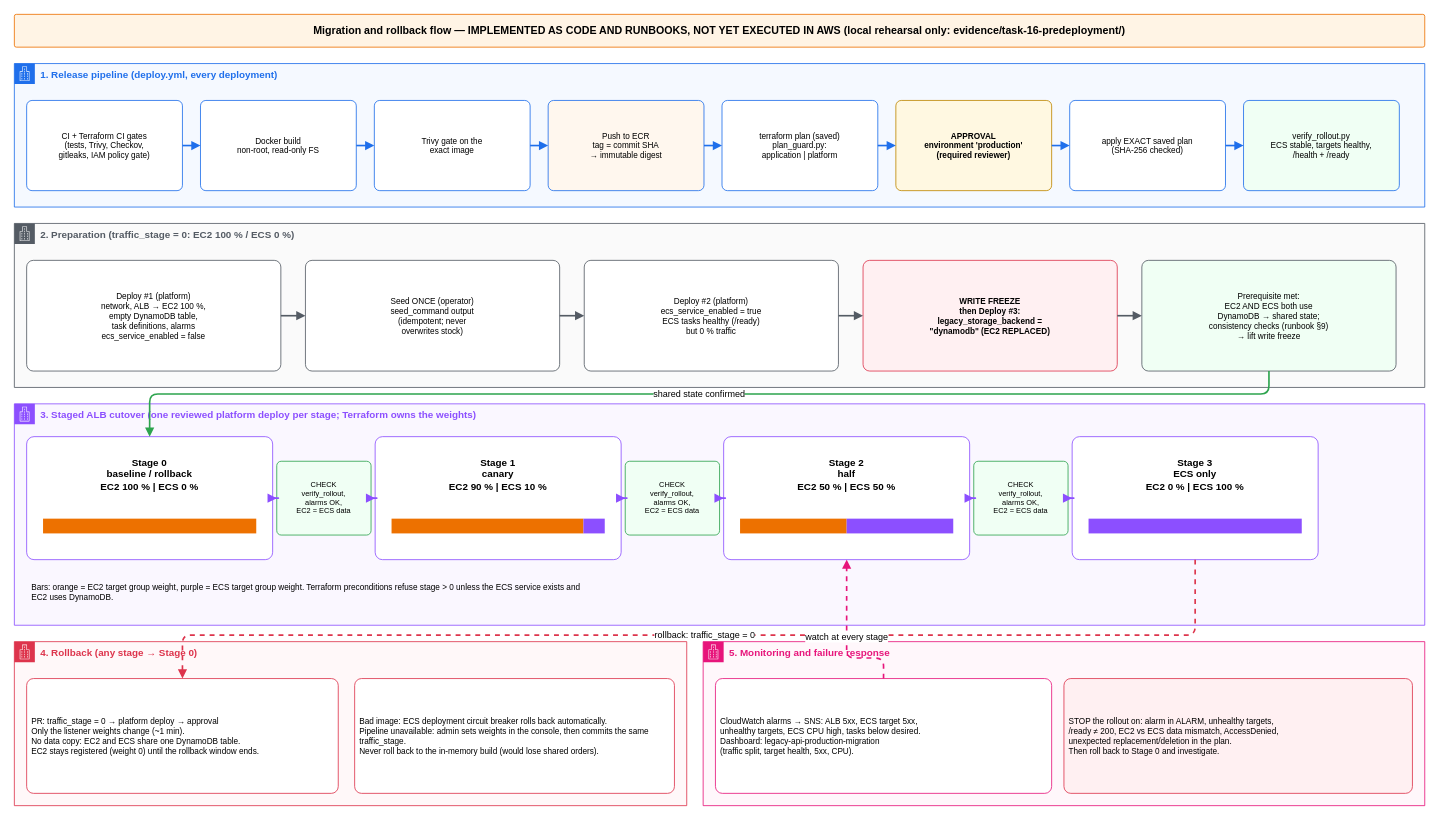
Earlier version of the draw.io diagram docs/architecture/migration-traffic-flow.drawio (Fer-as/ec2-to-ecs-fargate-migration). Source tidied: cells renumbered, new cells numbered last; positions are measured from the earlier drawing's top-left corner, leaving out a move shared by most shapes. Both pictures are drawn from the tidied source at 82%, with x=0, y=0 at pixel (14, 14).
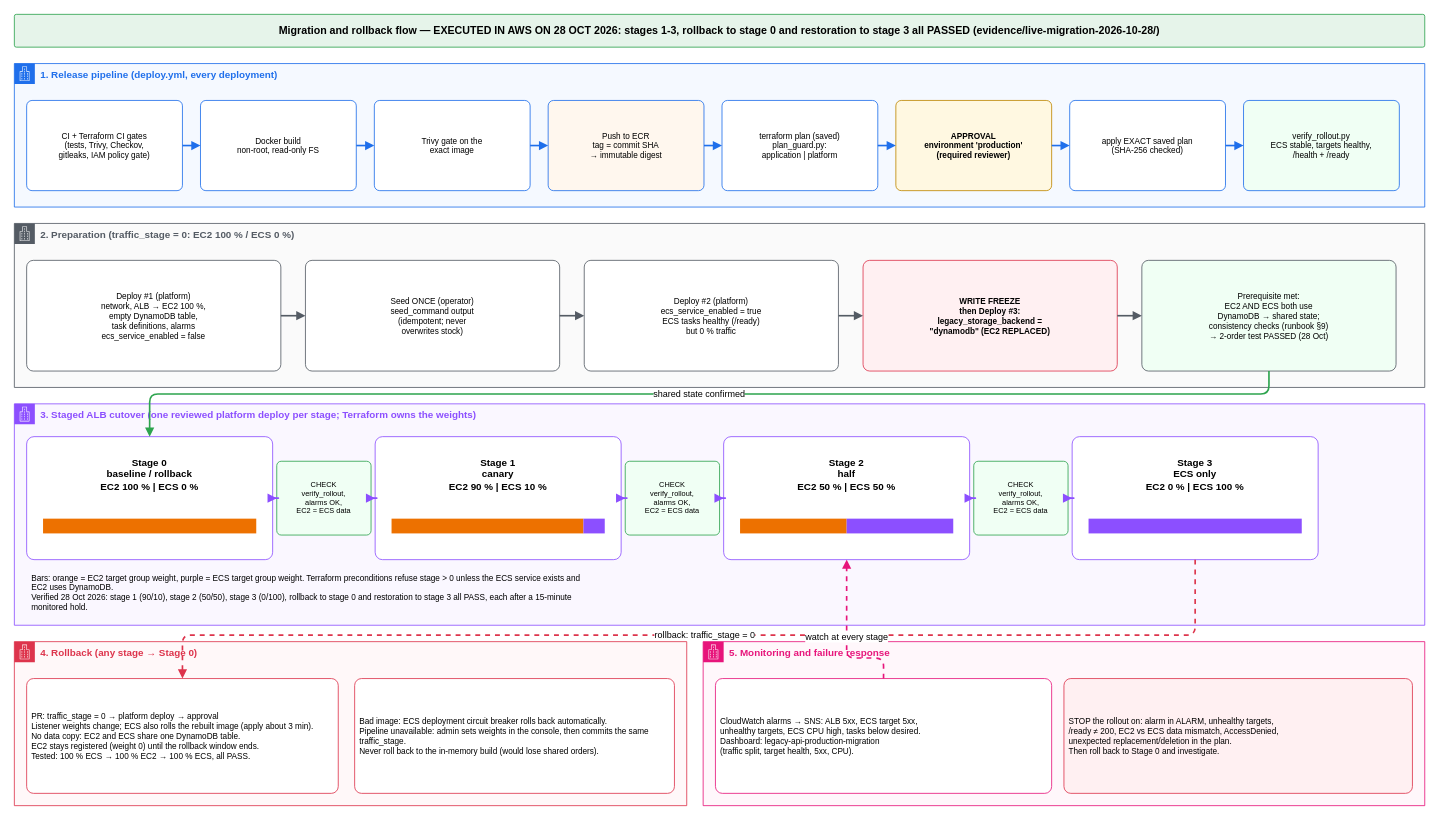
After the change.

Unchanged cells that the change refers to:
```xml
<mxCell id="19" value="2. Preparation (traffic_stage = 0: EC2 100 % / ECS 0 %)" style="gradientColor=none;html=1;whiteSpace=wrap;fontSize=12;fontStyle=1;shape=mxgraph.aws4.group;grIcon=mxgraph.aws4.group_corporate_data_center;strokeColor=#545B64;fillColor=#FAFAFA;verticalAlign=top;align=left;spacingLeft=30;fontColor=#545B64;dashed=0;fontFamily=Helvetica;" parent="1" vertex="1">
  <mxGeometry y="255" width="1720" height="200" as="geometry" />
</mxCell>
<mxCell id="29" value="3. Staged ALB cutover (one reviewed platform deploy per stage; Terraform owns the weights)" style="gradientColor=none;html=1;whiteSpace=wrap;fontSize=12;fontStyle=1;shape=mxgraph.aws4.group;grIcon=mxgraph.aws4.group_corporate_data_center;strokeColor=#8C4FFF;fillColor=#FAF7FF;verticalAlign=top;align=left;spacingLeft=30;fontColor=#8C4FFF;dashed=0;fontFamily=Helvetica;" parent="1" vertex="1">
  <mxGeometry y="475" width="1720" height="270" as="geometry" />
</mxCell>
<mxCell id="51" value="4. Rollback (any stage → Stage 0)" style="gradientColor=none;html=1;whiteSpace=wrap;fontSize=12;fontStyle=1;shape=mxgraph.aws4.group;grIcon=mxgraph.aws4.group_corporate_data_center;strokeColor=#DD344C;fillColor=#FFF8F9;verticalAlign=top;align=left;spacingLeft=30;fontColor=#DD344C;dashed=0;fontFamily=Helvetica;" parent="1" vertex="1">
  <mxGeometry y="765" width="820" height="200" as="geometry" />
</mxCell>
```

What changed in the source:
```diff
@@
-    <mxCell id="2" value="Migration and rollback flow — IMPLEMENTED AS CODE AND RUNBOOKS, NOT YET EXECUTED IN AWS (local rehearsal only: evidence/task-16-predeployment/)" style="rounded=1;whiteSpace=wrap;html=1;arcSize=6;fillColor=#FFF4E5;strokeColor=#ED7100;fontSize=13;fontStyle=1;align=center;verticalAlign=middle;spacing=6;fontFamily=Helvetica;" parent="1" vertex="1">
+    <mxCell id="2" value="Migration and rollback flow — EXECUTED IN AWS ON 28 OCT 2026: stages 1-3, rollback to stage 0 and restoration to stage 3 all PASSED (evidence/live-migration-2026-10-28/)" style="rounded=1;whiteSpace=wrap;html=1;arcSize=6;fillColor=#E6F4EA;strokeColor=#2DA44E;fontSize=13;fontStyle=1;align=center;verticalAlign=middle;spacing=6;fontFamily=Helvetica;" parent="1" vertex="1">
       <mxGeometry width="1720" height="40" as="geometry" />
     </mxCell>
@@
-    <mxCell id="27" value="Prerequisite met:&lt;br&gt;EC2 AND ECS both use&lt;br&gt;DynamoDB → shared state;&lt;br&gt;consistency checks (runbook §9)&lt;br&gt;→ lift write freeze" style="rounded=1;whiteSpace=wrap;html=1;arcSize=6;fillColor=#F0FFF4;strokeColor=#545B64;fontSize=10;fontStyle=0;align=center;verticalAlign=middle;spacing=6;fontFamily=Helvetica;" parent="19" vertex="1">
+    <mxCell id="27" value="Prerequisite met:&lt;br&gt;EC2 AND ECS both use&lt;br&gt;DynamoDB → shared state;&lt;br&gt;consistency checks (runbook §9)&lt;br&gt;→ 2-order test PASSED (28 Oct)" style="rounded=1;whiteSpace=wrap;html=1;arcSize=6;fillColor=#F0FFF4;strokeColor=#545B64;fontSize=10;fontStyle=0;align=center;verticalAlign=middle;spacing=6;fontFamily=Helvetica;" parent="19" vertex="1">
       <mxGeometry x="1375" y="45" width="310" height="135" as="geometry" />
     </mxCell>
@@
-    <mxCell id="49" value="Bars: orange = EC2 target group weight, purple = ECS target group weight. Terraform preconditions refuse stage &gt; 0 unless the ECS service exists and EC2 uses DynamoDB." style="rounded=1;whiteSpace=wrap;html=1;arcSize=6;fillColor=none;strokeColor=none;fontSize=10;fontStyle=0;align=left;verticalAlign=middle;spacing=6;fontFamily=Helvetica;" parent="29" vertex="1">
+    <mxCell id="49" value="Bars: orange = EC2 target group weight, purple = ECS target group weight. Terraform preconditions refuse stage &gt; 0 unless the ECS service exists and EC2 uses DynamoDB.&lt;br&gt;Verified 28 Oct 2026: stage 1 (90/10), stage 2 (50/50), stage 3 (0/100), rollback to stage 0 and restoration to stage 3 all PASS, each after a 15-minute monitored hold." style="rounded=1;whiteSpace=wrap;html=1;arcSize=6;fillColor=none;strokeColor=none;fontSize=10;fontStyle=0;align=left;verticalAlign=middle;spacing=6;fontFamily=Helvetica;" parent="29" vertex="1">
       <mxGeometry x="15" y="205" width="700" height="50" as="geometry" />
     </mxCell>
@@
-    <mxCell id="52" value="PR: traffic_stage = 0 → platform deploy → approval&lt;br&gt;Only the listener weights change (~1 min).&lt;br&gt;No data copy: EC2 and ECS share one DynamoDB table.&lt;br&gt;EC2 stays registered (weight 0) until the rollback window ends." style="rounded=1;whiteSpace=wrap;html=1;arcSize=6;fillColor=#FFFFFF;strokeColor=#DD344C;fontSize=10;fontStyle=0;align=left;verticalAlign=middle;spacing=6;fontFamily=Helvetica;" parent="51" vertex="1">
+    <mxCell id="52" value="PR: traffic_stage = 0 → platform deploy → approval&lt;br&gt;Listener weights change; ECS also rolls the rebuilt image (apply about 3 min).&lt;br&gt;No data copy: EC2 and ECS share one DynamoDB table.&lt;br&gt;EC2 stays registered (weight 0) until the rollback window ends.&lt;br&gt;Tested: 100 % ECS → 100 % EC2 → 100 % ECS, all PASS." style="rounded=1;whiteSpace=wrap;html=1;arcSize=6;fillColor=#FFFFFF;strokeColor=#DD344C;fontSize=10;fontStyle=0;align=left;verticalAlign=middle;spacing=6;fontFamily=Helvetica;" parent="51" vertex="1">
       <mxGeometry x="15" y="45" width="380" height="140" as="geometry" />
     </mxCell>
```
